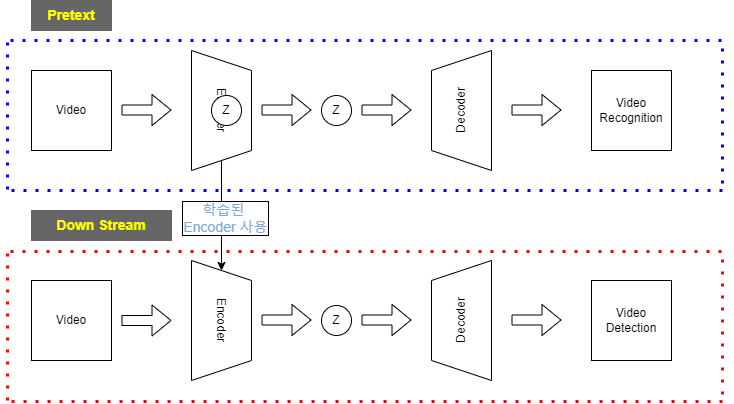
Kyoungrae-Noh/Self-Supervised-Learning keeps this draw.io diagram as 연구주제.drawio.png. Above is the earlier version. Source tidied: cells renumbered, new cells last; positions are measured from the earlier drawing's top-left corner, leaving out a move shared by most shapes.
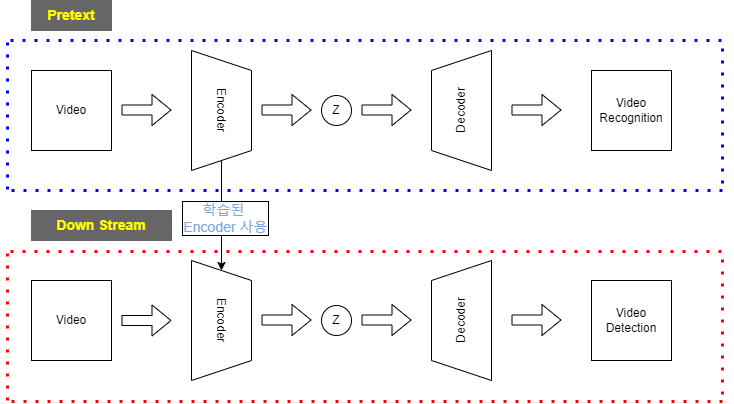
The same file after the commit.

Commit message:
연구주제.drawio.png 업데이트

Change to the diagram source:
```diff
@@ -69,9 +69,6 @@
     <mxCell id="17" value="&lt;b&gt;&lt;font color=&quot;#ffff00&quot; style=&quot;font-size: 14px;&quot;&gt;Down Stream&lt;/font&gt;&lt;/b&gt;" style="rounded=0;whiteSpace=wrap;html=1;fillColor=#666666;strokeColor=#666666;" parent="1" vertex="1">
       <mxGeometry x="30" y="210" width="140" height="30" as="geometry" />
     </mxCell>
-    <mxCell id="18" value="Z" style="ellipse;whiteSpace=wrap;html=1;" parent="1" vertex="1">
-      <mxGeometry x="210" y="95" width="30" height="30" as="geometry" />
-    </mxCell>
     <mxCell id="19" value="Video&lt;br&gt;Detection" style="whiteSpace=wrap;html=1;" parent="1" vertex="1">
       <mxGeometry x="590" y="280" width="80" height="80" as="geometry" />
     </mxCell>
```
